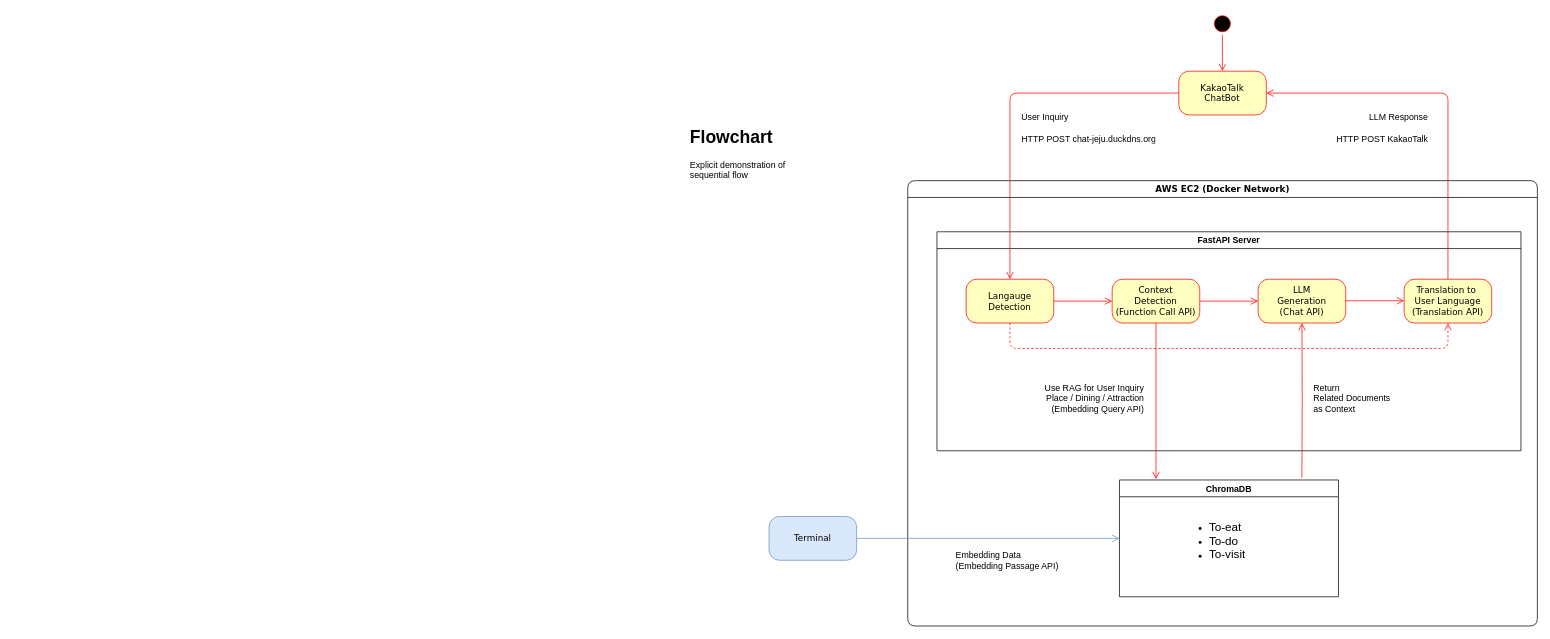
Before: Untitled Diagram.drawio in Git-Push-Gang/chat-jeju, a draw.io diagram. Source tidied: cells renumbered, new cells numbered last; positions are measured from the earlier drawing's top-left corner, leaving out a move shared by most shapes. Both pictures are drawn from the tidied source at 73%, with x=0, y=0 at pixel (688, 12).
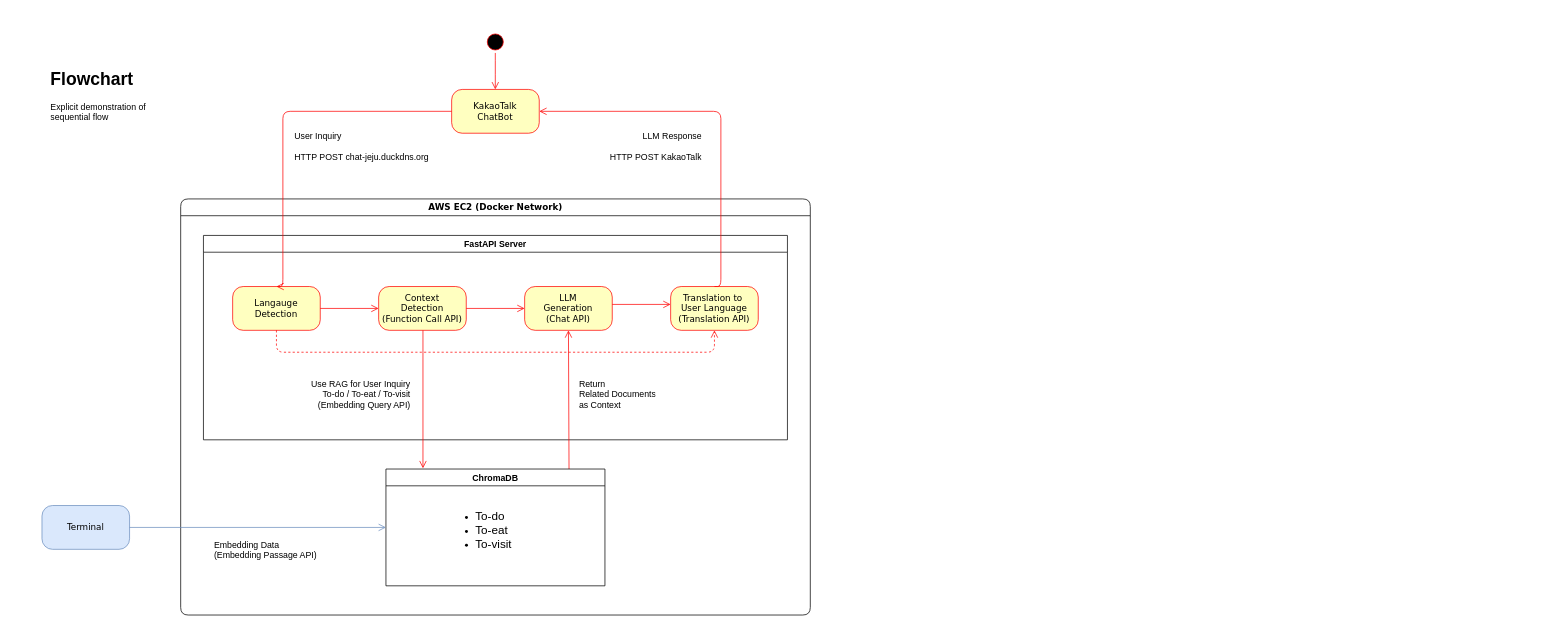
Above is the later version.

The edit, as a diff of the source:
```diff
@@
-    <mxCell id="2" style="ellipse;html=1;shape=startState;fillColor=#000000;strokeColor=#ff0000;rounded=1;shadow=0;comic=0;labelBackgroundColor=none;fontFamily=Verdana;fontSize=12;fontColor=#000000;align=center;direction=south;" parent="1" vertex="1">
-      <mxGeometry x="716" width="30" height="30" as="geometry" />
-    </mxCell>
-    <mxCell id="3" value="KakaoTalk&lt;div&gt;ChatBot&lt;/div&gt;" style="rounded=1;whiteSpace=wrap;html=1;arcSize=24;fillColor=#ffffc0;strokeColor=#ff0000;shadow=0;comic=0;labelBackgroundColor=none;fontFamily=Verdana;fontSize=12;fontColor=#000000;align=center;" parent="1" vertex="1">
-      <mxGeometry x="671.2" y="80" width="120" height="60" as="geometry" />
-    </mxCell>
+    <mxCell id="29" style="group;" parent="1" vertex="1">
+      <mxGeometry x="-926" y="25" width="1092.5" height="800" as="geometry" />
+    </mxCell>
-    <mxCell id="4" value="AWS EC2 (Docker Network)" style="swimlane;whiteSpace=wrap;html=1;rounded=1;shadow=0;comic=0;labelBackgroundColor=none;strokeWidth=1;fontFamily=Verdana;fontSize=12;align=center;" parent="1" vertex="1">
-      <mxGeometry x="300" y="230" width="862.5" height="610" as="geometry" />
+    <mxCell id="4" value="AWS EC2 (Docker Network)" style="swimlane;whiteSpace=wrap;html=1;rounded=1;shadow=0;comic=0;labelBackgroundColor=none;strokeWidth=1;fontFamily=Verdana;fontSize=12;align=center;" parent="29" vertex="1">
+      <mxGeometry x="230" y="230" width="862.5" height="570" as="geometry" />
     </mxCell>
     <mxCell id="5" value="FastAPI Server" style="swimlane;" parent="4" vertex="1">
-      <mxGeometry x="40" y="70" width="800" height="300" as="geometry" />
+      <mxGeometry x="31.2" y="50" width="800" height="280" as="geometry" />
     </mxCell>
     <mxCell id="6" value="Langauge&lt;div&gt;Detection&lt;/div&gt;" style="rounded=1;whiteSpace=wrap;html=1;arcSize=24;fillColor=#ffffc0;strokeColor=#ff0000;shadow=0;comic=0;labelBackgroundColor=none;fontFamily=Verdana;fontSize=12;fontColor=#000000;align=center;" parent="5" vertex="1">
-      <mxGeometry x="40" y="65" width="120" height="60" as="geometry" />
+      <mxGeometry x="40" y="70" width="120" height="60" as="geometry" />
     </mxCell>
     <mxCell id="7" value="Context&lt;div&gt;Detection&lt;/div&gt;&lt;div&gt;(Function Call API)&lt;/div&gt;" style="rounded=1;whiteSpace=wrap;html=1;arcSize=24;fillColor=#ffffc0;strokeColor=#ff0000;shadow=0;comic=0;labelBackgroundColor=none;fontFamily=Verdana;fontSize=12;fontColor=#000000;align=center;" parent="5" vertex="1">
-      <mxGeometry x="240" y="65" width="120" height="60" as="geometry" />
+      <mxGeometry x="240" y="70" width="120" height="60" as="geometry" />
     </mxCell>
     <mxCell id="8" value="LLM&lt;div&gt;Generation&lt;/div&gt;&lt;div&gt;(Chat API)&lt;/div&gt;" style="rounded=1;whiteSpace=wrap;html=1;arcSize=24;fillColor=#ffffc0;strokeColor=#ff0000;shadow=0;comic=0;labelBackgroundColor=none;fontFamily=Verdana;fontSize=12;fontColor=#000000;align=center;" parent="5" vertex="1">
-      <mxGeometry x="440" y="65" width="120" height="60" as="geometry" />
+      <mxGeometry x="440" y="70" width="120" height="60" as="geometry" />
     </mxCell>
     <mxCell id="9" value="Translation to&amp;nbsp;&lt;div&gt;User Language&lt;div&gt;(Translation API)&lt;/div&gt;&lt;/div&gt;" style="rounded=1;whiteSpace=wrap;html=1;arcSize=24;fillColor=#ffffc0;strokeColor=#ff0000;shadow=0;comic=0;labelBackgroundColor=none;fontFamily=Verdana;fontSize=12;fontColor=#000000;align=center;" parent="5" vertex="1">
-      <mxGeometry x="640" y="65" width="120" height="60" as="geometry" />
+      <mxGeometry x="640" y="70" width="120" height="60" as="geometry" />
     </mxCell>
@@
-    <mxCell id="14" value="&lt;div&gt;Use RAG for User Inquiry&lt;br&gt;&lt;/div&gt;&lt;div style=&quot;&quot;&gt;Place / Dining / Attraction&lt;/div&gt;(Embedding Query API)" style="text;strokeColor=none;fillColor=none;spacingLeft=4;spacingRight=4;overflow=hidden;fontSize=12;whiteSpace=wrap;html=1;align=right;" parent="5" vertex="1">
-      <mxGeometry x="120" y="200" width="170" height="60" as="geometry" />
+    <mxCell id="14" value="&lt;div&gt;Use RAG for User Inquiry&lt;br&gt;&lt;/div&gt;&lt;div style=&quot;&quot;&gt;To-do / To-eat / To-visit&lt;/div&gt;(Embedding Query API)" style="text;strokeColor=none;fillColor=none;spacingLeft=4;spacingRight=4;overflow=hidden;fontSize=12;whiteSpace=wrap;html=1;align=right;" parent="5" vertex="1">
+      <mxGeometry x="90" y="190" width="200" height="60" as="geometry" />
     </mxCell>
     <mxCell id="15" value="&lt;div&gt;Return&lt;/div&gt;&lt;div&gt;Related Documents&lt;/div&gt;&lt;div&gt;as Context&lt;/div&gt;" style="text;strokeColor=none;fillColor=none;spacingLeft=4;spacingRight=4;overflow=hidden;fontSize=12;whiteSpace=wrap;html=1;" parent="5" vertex="1">
-      <mxGeometry x="510" y="200" width="170" height="60" as="geometry" />
+      <mxGeometry x="508.8" y="190" width="201.2" height="60" as="geometry" />
     </mxCell>
-    <mxCell id="16" style="edgeStyle=orthogonalEdgeStyle;html=1;labelBackgroundColor=none;endArrow=open;endSize=8;strokeColor=#FF0000;fontFamily=Verdana;fontSize=12;align=left;rounded=0;curved=0;exitX=0.5;exitY=1;exitDx=0;exitDy=0;entryX=0.144;entryY=-0.007;entryDx=0;entryDy=0;entryPerimeter=0;" parent="4" edge="1" source="7">
+    <mxCell id="16" style="edgeStyle=orthogonalEdgeStyle;html=1;labelBackgroundColor=none;endArrow=open;endSize=8;strokeColor=#FF0000;fontFamily=Verdana;fontSize=12;align=left;rounded=0;curved=0;exitX=0.5;exitY=1;exitDx=0;exitDy=0;entryX=0.169;entryY=-0.006;entryDx=0;entryDy=0;entryPerimeter=0;" parent="4" edge="1" source="7" target="18">
       <mxGeometry relative="1" as="geometry">
-        <mxPoint x="340" y="409" as="targetPoint" />
+        <Array as="points">
+          <mxPoint x="331" y="370" />
+        </Array>
       </mxGeometry>
     </mxCell>
-    <mxCell id="17" style="edgeStyle=orthogonalEdgeStyle;html=1;labelBackgroundColor=none;endArrow=open;endSize=8;strokeColor=#FF0000;fontFamily=Verdana;fontSize=12;align=left;rounded=0;curved=0;entryX=0.5;entryY=1;entryDx=0;entryDy=0;exitX=0.924;exitY=-0.02;exitDx=0;exitDy=0;exitPerimeter=0;" parent="4" edge="1" target="8">
+    <mxCell id="17" style="edgeStyle=orthogonalEdgeStyle;html=1;labelBackgroundColor=none;endArrow=open;endSize=8;strokeColor=#FF0000;fontFamily=Verdana;fontSize=12;align=left;rounded=0;curved=0;entryX=0.5;entryY=1;entryDx=0;entryDy=0;exitX=0.836;exitY=0.019;exitDx=0;exitDy=0;exitPerimeter=0;" parent="4" edge="1" source="18" target="8">
       <mxGeometry relative="1" as="geometry">
-        <mxPoint x="539.9" y="407" as="sourcePoint" />
+        <Array as="points">
+          <mxPoint x="531" y="373" />
+        </Array>
       </mxGeometry>
     </mxCell>
     <mxCell id="18" value="ChromaDB" style="swimlane;" parent="4" vertex="1">
-      <mxGeometry x="290" y="410" width="300" height="160" as="geometry" />
+      <mxGeometry x="281.2" y="370" width="300" height="160" as="geometry" />
     </mxCell>
-    <mxCell id="19" value="&lt;ul&gt;&lt;li&gt;&lt;font size=&quot;3&quot;&gt;To-eat&lt;/font&gt;&lt;/li&gt;&lt;li&gt;&lt;font size=&quot;3&quot;&gt;To-do&lt;/font&gt;&lt;/li&gt;&lt;li&gt;&lt;font size=&quot;3&quot;&gt;To-visit&lt;/font&gt;&lt;/li&gt;&lt;/ul&gt;" style="text;strokeColor=none;fillColor=none;html=1;whiteSpace=wrap;verticalAlign=middle;overflow=hidden;" parent="18" vertex="1">
+    <mxCell id="19" value="&lt;ul&gt;&lt;li&gt;&lt;font size=&quot;3&quot;&gt;To-do&lt;/font&gt;&lt;/li&gt;&lt;li&gt;&lt;font size=&quot;3&quot;&gt;To-eat&lt;/font&gt;&lt;/li&gt;&lt;li&gt;&lt;font size=&quot;3&quot;&gt;To-visit&lt;/font&gt;&lt;/li&gt;&lt;/ul&gt;" style="text;strokeColor=none;fillColor=none;html=1;whiteSpace=wrap;verticalAlign=middle;overflow=hidden;" parent="18" vertex="1">
       <mxGeometry x="81.2" y="40" width="100" height="80" as="geometry" />
     </mxCell>
-    <mxCell id="20" value="Embedding Data&lt;div&gt;(Embedding Passage API)&lt;/div&gt;" style="text;strokeColor=none;fillColor=none;spacingLeft=4;spacingRight=4;overflow=hidden;fontSize=12;whiteSpace=wrap;html=1;" parent="4" vertex="1">
-      <mxGeometry x="60" y="500" width="170" height="60" as="geometry" />
+    <mxCell id="20" value="&lt;font style=&quot;font-size: 12px;&quot;&gt;Embedding Data&lt;/font&gt;&lt;div&gt;&lt;font style=&quot;font-size: 12px;&quot;&gt;(Embedding Passage API)&lt;/font&gt;&lt;/div&gt;" style="text;strokeColor=none;fillColor=none;spacingLeft=4;spacingRight=4;overflow=hidden;fontSize=12;whiteSpace=wrap;html=1;" parent="4" vertex="1">
+      <mxGeometry x="40" y="460" width="200" height="60" as="geometry" />
     </mxCell>
-    <mxCell id="21" style="edgeStyle=orthogonalEdgeStyle;html=1;labelBackgroundColor=none;endArrow=open;endSize=8;strokeColor=#FF0000;fontFamily=Verdana;fontSize=12;align=left;" parent="1" edge="1" source="2">
-      <mxGeometry relative="1" as="geometry">
-        <mxPoint x="731" y="80" as="targetPoint" />
-        <Array as="points">
-          <mxPoint x="731" y="50" />
-          <mxPoint x="731" y="50" />
-        </Array>
-      </mxGeometry>
-    </mxCell>
-    <mxCell id="22" value="&lt;div&gt;User Inquiry&lt;/div&gt;&lt;div&gt;&lt;br&gt;&lt;/div&gt;HTTP POST chat-jeju.duckdns.org" style="text;strokeColor=none;fillColor=none;spacingLeft=4;spacingRight=4;overflow=hidden;fontSize=12;whiteSpace=wrap;html=1;" parent="1" vertex="1">
-      <mxGeometry x="450" y="130" width="228" height="60" as="geometry" />
-    </mxCell>
-    <mxCell id="23" style="edgeStyle=orthogonalEdgeStyle;html=1;labelBackgroundColor=none;endArrow=open;endSize=8;strokeColor=#FF0000;fontFamily=Verdana;fontSize=12;align=left;exitX=0;exitY=0.5;exitDx=0;exitDy=0;entryX=0.5;entryY=0;entryDx=0;entryDy=0;" parent="1" edge="1" source="3" target="6">
-      <mxGeometry relative="1" as="geometry">
-        <Array as="points">
-          <mxPoint x="440" y="110" />
-        </Array>
-      </mxGeometry>
-    </mxCell>
-    <mxCell id="24" style="edgeStyle=orthogonalEdgeStyle;html=1;labelBackgroundColor=none;endArrow=open;endSize=8;strokeColor=#FF0000;fontFamily=Verdana;fontSize=12;align=left;rounded=1;curved=0;entryX=1;entryY=0.5;entryDx=0;entryDy=0;fontStyle=1;exitX=0.5;exitY=0;exitDx=0;exitDy=0;" parent="1" edge="1" source="9" target="3">
-      <mxGeometry relative="1" as="geometry">
-        <Array as="points">
-          <mxPoint x="1040" y="110" />
-        </Array>
-      </mxGeometry>
-    </mxCell>
-    <mxCell id="25" value="&lt;div&gt;LLM Response&lt;/div&gt;&lt;div&gt;&lt;br&gt;&lt;/div&gt;HTTP POST KakaoTalk" style="text;strokeColor=none;fillColor=none;spacingLeft=4;spacingRight=4;overflow=hidden;fontSize=12;whiteSpace=wrap;html=1;align=right;" parent="1" vertex="1">
-      <mxGeometry x="791.2" y="130" width="228" height="60" as="geometry" />
-    </mxCell>
-    <mxCell id="26" value="Terminal" style="rounded=1;whiteSpace=wrap;html=1;arcSize=24;fillColor=#dae8fc;strokeColor=#6c8ebf;shadow=0;comic=0;labelBackgroundColor=none;fontFamily=Verdana;fontSize=12;align=center;" parent="1" vertex="1">
-      <mxGeometry x="110" y="690" width="120" height="60" as="geometry" />
+    <mxCell id="26" value="Terminal" style="rounded=1;whiteSpace=wrap;html=1;arcSize=24;fillColor=#dae8fc;strokeColor=#6c8ebf;shadow=0;comic=0;labelBackgroundColor=none;fontFamily=Verdana;fontSize=12;align=center;" parent="29" vertex="1">
+      <mxGeometry x="40" y="650" width="120" height="60" as="geometry" />
     </mxCell>
-    <mxCell id="27" value="&lt;h1 style=&quot;margin-top: 0px;&quot;&gt;Flowchart&lt;/h1&gt;&lt;p&gt;Explicit demonstration of sequential flow&lt;/p&gt;" style="text;html=1;whiteSpace=wrap;overflow=hidden;rounded=0;" parent="1" vertex="1">
-      <mxGeometry y="150" width="180" height="120" as="geometry" />
+    <mxCell id="27" value="&lt;h1 style=&quot;margin-top: 0px;&quot;&gt;Flowchart&lt;/h1&gt;&lt;p&gt;Explicit demonstration of sequential flow&lt;/p&gt;" style="text;html=1;whiteSpace=wrap;overflow=hidden;rounded=0;" parent="29" vertex="1">
+      <mxGeometry x="50" y="45" width="180" height="120" as="geometry" />
     </mxCell>
-    <mxCell id="28" style="edgeStyle=orthogonalEdgeStyle;html=1;labelBackgroundColor=none;endArrow=open;endSize=8;strokeColor=#6c8ebf;fontFamily=Verdana;fontSize=12;align=left;rounded=0;curved=0;exitX=1;exitY=0.5;exitDx=0;exitDy=0;entryX=0;entryY=0.5;entryDx=0;entryDy=0;fillColor=#dae8fc;" parent="1" edge="1" source="26" target="18">
+    <mxCell id="28" style="edgeStyle=orthogonalEdgeStyle;html=1;labelBackgroundColor=none;endArrow=open;endSize=8;strokeColor=#6c8ebf;fontFamily=Verdana;fontSize=12;align=left;rounded=0;curved=0;exitX=1;exitY=0.5;exitDx=0;exitDy=0;entryX=0;entryY=0.5;entryDx=0;entryDy=0;fillColor=#dae8fc;" parent="29" edge="1" source="26" target="18">
       <mxGeometry relative="1" as="geometry" />
     </mxCell>
+    <mxCell id="30" style="group;" parent="29" vertex="1">
+      <mxGeometry x="370" width="600" height="190" as="geometry" />
+    </mxCell>
+    <mxCell id="2" style="ellipse;html=1;shape=startState;fillColor=#000000;strokeColor=#ff0000;rounded=1;shadow=0;comic=0;labelBackgroundColor=none;fontFamily=Verdana;fontSize=12;fontColor=#000000;align=center;direction=south;" parent="30" vertex="1">
+      <mxGeometry x="276" width="30" height="30" as="geometry" />
+    </mxCell>
+    <mxCell id="3" value="KakaoTalk&lt;div&gt;ChatBot&lt;/div&gt;" style="rounded=1;whiteSpace=wrap;html=1;arcSize=24;fillColor=#ffffc0;strokeColor=#ff0000;shadow=0;comic=0;labelBackgroundColor=none;fontFamily=Verdana;fontSize=12;fontColor=#000000;align=center;" parent="30" vertex="1">
+      <mxGeometry x="231.2" y="80" width="120" height="60" as="geometry" />
+    </mxCell>
+    <mxCell id="21" style="edgeStyle=orthogonalEdgeStyle;html=1;labelBackgroundColor=none;endArrow=open;endSize=8;strokeColor=#FF0000;fontFamily=Verdana;fontSize=12;align=left;" parent="30" edge="1" source="2">
+      <mxGeometry relative="1" as="geometry">
+        <mxPoint x="291" y="80" as="targetPoint" />
+        <Array as="points">
+          <mxPoint x="291" y="50" />
+          <mxPoint x="291" y="50" />
+        </Array>
+      </mxGeometry>
+    </mxCell>
+    <mxCell id="22" value="&lt;div&gt;User Inquiry&lt;/div&gt;&lt;div&gt;&lt;br&gt;&lt;/div&gt;HTTP POST chat-jeju.duckdns.org" style="text;strokeColor=none;fillColor=none;spacingLeft=4;spacingRight=4;overflow=hidden;fontSize=12;whiteSpace=wrap;html=1;" parent="30" vertex="1">
+      <mxGeometry x="10" y="130" width="230" height="60" as="geometry" />
+    </mxCell>
+    <mxCell id="25" value="&lt;div&gt;LLM Response&lt;/div&gt;&lt;div&gt;&lt;br&gt;&lt;/div&gt;HTTP POST KakaoTalk" style="text;strokeColor=none;fillColor=none;spacingLeft=4;spacingRight=4;overflow=hidden;fontSize=12;whiteSpace=wrap;html=1;align=right;" parent="30" vertex="1">
+      <mxGeometry x="350" y="130" width="230" height="60" as="geometry" />
+    </mxCell>
+    <mxCell id="23" style="edgeStyle=orthogonalEdgeStyle;html=1;labelBackgroundColor=none;endArrow=open;endSize=8;strokeColor=#FF0000;fontFamily=Verdana;fontSize=12;align=left;exitX=0;exitY=0.5;exitDx=0;exitDy=0;entryX=0.5;entryY=0;entryDx=0;entryDy=0;" parent="29" edge="1" source="3" target="6">
+      <mxGeometry relative="1" as="geometry">
+        <Array as="points">
+          <mxPoint x="370" y="110" />
+        </Array>
+      </mxGeometry>
+    </mxCell>
+    <mxCell id="24" style="edgeStyle=orthogonalEdgeStyle;html=1;labelBackgroundColor=none;endArrow=open;endSize=8;strokeColor=#FF0000;fontFamily=Verdana;fontSize=12;align=left;rounded=1;curved=0;entryX=1;entryY=0.5;entryDx=0;entryDy=0;fontStyle=1;exitX=0.5;exitY=0;exitDx=0;exitDy=0;" parent="29" edge="1" source="9" target="3">
+      <mxGeometry relative="1" as="geometry">
+        <Array as="points">
+          <mxPoint x="970" y="110" />
+        </Array>
+      </mxGeometry>
+    </mxCell>
```
